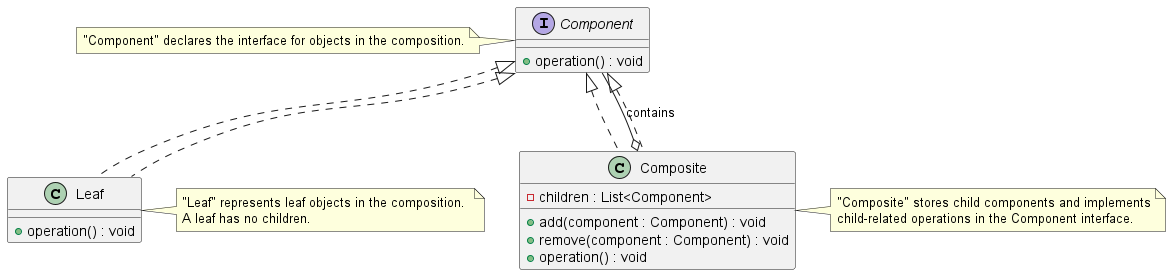
The PlantUML diagram Patterns/Manuscript/manuscript/images/ch07_Composite/CompositePatternClassDiagram.png in Gabriel-SoftwareAG/DesignPatterns, before a commit.
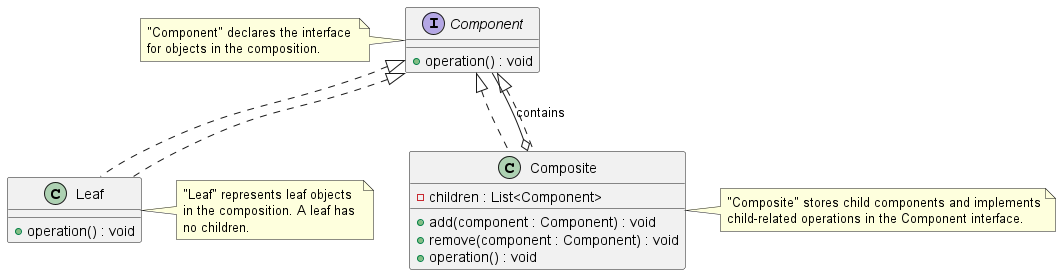
The same diagram one commit later.

Change to the diagram source:
```diff
@@ -20,12 +20,14 @@
 Composite o-- Component : contains
 
 note left of Component
-  "Component" declares the interface for objects in the composition.
+  "Component" declares the interface
+  for objects in the composition.
 end note
 
 note right of Leaf
-  "Leaf" represents leaf objects in the composition.
-  A leaf has no children.
+  "Leaf" represents leaf objects
+  in the composition. A leaf has
+  no children.
 end note
 
 note right of Composite
```
